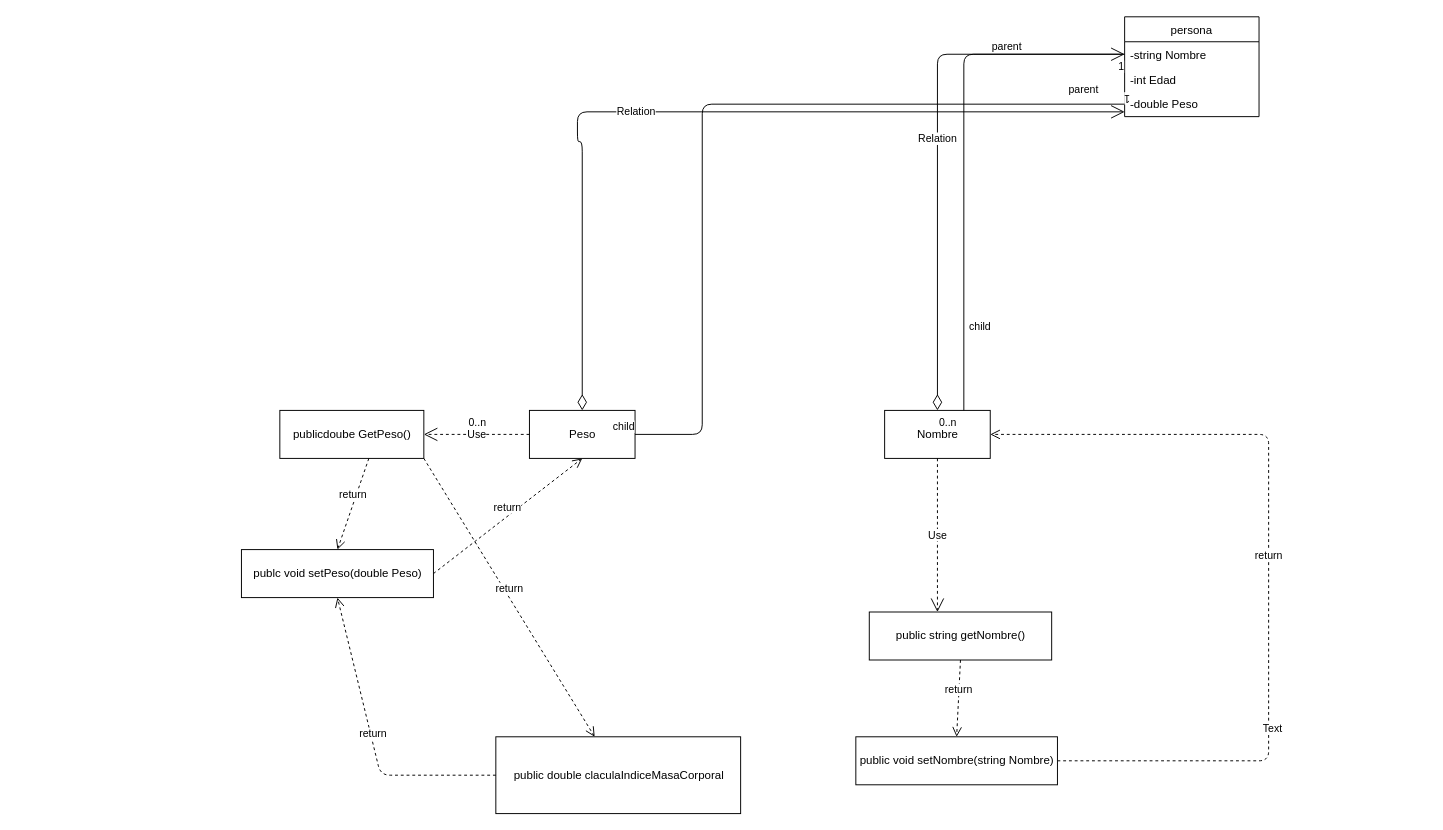
Above: Untitled Diagram.drawio in Thefallenashes/repositorio-del-examen-de-entornos-del-desarollo (draw.io), before the change. Source tidied: cells renumbered, new cells numbered last; positions are measured from the earlier drawing's top-left corner, leaving out a move shared by most shapes. Both pictures are drawn from the tidied source at 96%, with x=0, y=0 at pixel (241, 16).
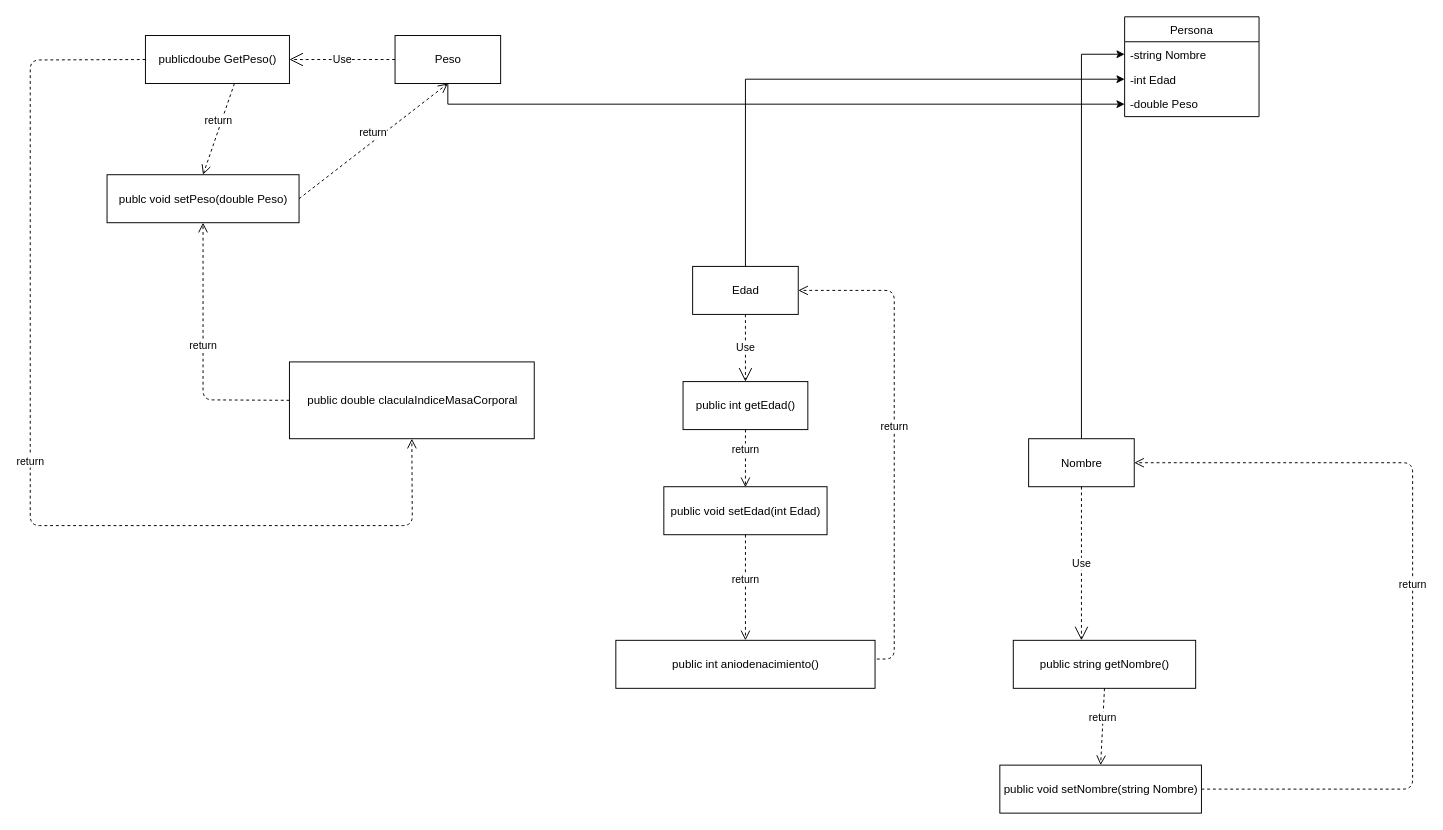
The same diagram, later.

The change refers to these unchanged cells:
```xml
<mxCell id="8" value="-string Nombre" style="text;strokeColor=none;fillColor=none;align=left;verticalAlign=top;spacingLeft=4;spacingRight=4;overflow=hidden;points=[[0,0.5],[1,0.5]];portConstraint=eastwest;" parent="7" vertex="1">
  <mxGeometry y="26" width="140" height="26" as="geometry" />
</mxCell>
<mxCell id="9" value="-int Edad" style="text;strokeColor=none;fillColor=none;align=left;verticalAlign=top;spacingLeft=4;spacingRight=4;overflow=hidden;points=[[0,0.5],[1,0.5]];portConstraint=eastwest;" parent="7" vertex="1">
  <mxGeometry y="52" width="140" height="26" as="geometry" />
</mxCell>
<mxCell id="10" value="-double Peso" style="text;strokeColor=none;fillColor=none;align=left;verticalAlign=top;spacingLeft=4;spacingRight=4;overflow=hidden;points=[[0,0.5],[1,0.5]];portConstraint=eastwest;" parent="7" vertex="1">
  <mxGeometry y="78" width="140" height="26" as="geometry" />
</mxCell>
```

Change to the diagram source:
```diff
@@
+    <mxCell id="11" style="edgeStyle=orthogonalEdgeStyle;rounded=0;jettySize=auto;html=1;entryX=0;entryY=0.5;entryDx=0;entryDy=0;" parent="1" edge="1" source="2" target="10">
+      <mxGeometry relative="1" as="geometry" />
+    </mxCell>
     <mxCell id="2" value="Peso" style="html=1;" parent="1" vertex="1">
-      <mxGeometry x="300" y="410" width="110" height="50" as="geometry" />
+      <mxGeometry x="160" y="19.5" width="110" height="50" as="geometry" />
     </mxCell>
+    <mxCell id="27" style="edgeStyle=orthogonalEdgeStyle;rounded=0;jettySize=auto;html=1;entryX=0;entryY=0.5;entryDx=0;entryDy=0;" parent="1" edge="1" source="3" target="8">
+      <mxGeometry relative="1" as="geometry" />
+    </mxCell>
     <mxCell id="3" value="Nombre" style="html=1;" parent="1" vertex="1">
-      <mxGeometry x="670" y="410" width="110" height="50" as="geometry" />
+      <mxGeometry x="820" y="439.5" width="110" height="50" as="geometry" />
     </mxCell>
     <mxCell id="4" value="return" style="html=1;verticalAlign=bottom;endArrow=open;dashed=1;endSize=8;exitX=1;exitY=0.5;exitDx=0;exitDy=0;entryX=1;entryY=0.5;entryDx=0;entryDy=0;" parent="1" edge="1" source="23" target="3">
       <mxGeometry relative="1" as="geometry">
         <Array as="points">
-          <mxPoint x="1070" y="775" />
-          <mxPoint x="1070" y="435" />
+          <mxPoint x="1220" y="804.5" />
+          <mxPoint x="1220" y="464.5" />
         </Array>
       </mxGeometry>
     </mxCell>
-    <mxCell id="5" value="Text" style="edgeLabel;html=1;align=center;verticalAlign=middle;" parent="4" vertex="1">
-      <mxGeometry x="-0.4" y="-2" relative="1" as="geometry">
-        <mxPoint x="1" as="offset" />
-      </mxGeometry>
-    </mxCell>
     <mxCell id="6" value="&lt;br&gt;" style="edgeLabel;html=1;align=center;verticalAlign=middle;" parent="4" vertex="1">
       <mxGeometry x="-0.61" y="4" relative="1" as="geometry">
-        <mxPoint y="1" as="offset" />
+        <mxPoint x="-5" y="1" as="offset" />
       </mxGeometry>
     </mxCell>
-    <mxCell id="7" value="persona" style="swimlane;fontStyle=0;horizontal=1;startSize=26;fillColor=none;" parent="1" vertex="1">
+    <mxCell id="7" value="Persona" style="swimlane;fontStyle=0;horizontal=1;startSize=26;fillColor=none;" parent="1" vertex="1">
       <mxGeometry x="920" width="140" height="104" as="geometry" />
     </mxCell>
@@
-    <mxCell id="11" value="Relation" style="endArrow=open;html=1;endSize=12;startArrow=diamondThin;startSize=14;startFill=0;edgeStyle=orthogonalEdgeStyle;entryX=0;entryY=0.808;entryDx=0;entryDy=0;entryPerimeter=0;exitX=0.5;exitY=0;exitDx=0;exitDy=0;" parent="1" edge="1" source="2" target="10">
-      <mxGeometry x="-0.15" relative="1" as="geometry">
-        <Array as="points">
-          <mxPoint x="355" y="130" />
-          <mxPoint x="350" y="130" />
-          <mxPoint x="350" y="99" />
-        </Array>
-      </mxGeometry>
-    </mxCell>
-    <mxCell id="12" value="0..n" style="edgeLabel;html=1;align=left;verticalAlign=top;" parent="11" vertex="1">
-      <mxGeometry x="-1" relative="1" as="geometry">
-        <mxPoint x="-120" as="offset" />
-      </mxGeometry>
-    </mxCell>
-    <mxCell id="13" value="1" style="edgeLabel;html=1;align=right;verticalAlign=top;rotation=180;" parent="11" vertex="1">
-      <mxGeometry x="1" relative="1" as="geometry" />
-    </mxCell>
-    <mxCell id="14" style="endArrow=none;html=1;edgeStyle=orthogonalEdgeStyle;entryX=1;entryY=0.5;entryDx=0;entryDy=0;" parent="1" edge="1" source="10" target="2">
-      <mxGeometry relative="1" as="geometry">
-        <Array as="points">
-          <mxPoint x="480" y="91" />
-          <mxPoint x="480" y="435" />
-        </Array>
-      </mxGeometry>
-    </mxCell>
-    <mxCell id="15" value="parent" style="edgeLabel;html=1;align=left;verticalAlign=bottom;" parent="14" vertex="1">
-      <mxGeometry x="-1" relative="1" as="geometry">
-        <mxPoint x="-60" y="-7" as="offset" />
-      </mxGeometry>
-    </mxCell>
-    <mxCell id="16" value="child" style="edgeLabel;html=1;align=right;verticalAlign=bottom;" parent="14" vertex="1">
-      <mxGeometry x="1" relative="1" as="geometry" />
-    </mxCell>
     <mxCell id="17" value="publicdoube GetPeso()" style="html=1;" parent="1" vertex="1">
-      <mxGeometry x="40" y="410" width="150" height="50" as="geometry" />
+      <mxGeometry x="-100" y="19.5" width="150" height="50" as="geometry" />
     </mxCell>
@@
     <mxCell id="20" value="public double claculaIndiceMasaCorporal" style="html=1;" parent="1" vertex="1">
-      <mxGeometry x="265" y="750" width="255" height="80" as="geometry" />
+      <mxGeometry x="50" y="359.5" width="255" height="80" as="geometry" />
     </mxCell>
@@
     <mxCell id="22" value="public string getNombre()" style="html=1;" parent="1" vertex="1">
-      <mxGeometry x="654" y="620" width="190" height="50" as="geometry" />
+      <mxGeometry x="804" y="649.5" width="190" height="50" as="geometry" />
     </mxCell>
     <mxCell id="23" value="public void setNombre(string Nombre)" style="html=1;" parent="1" vertex="1">
-      <mxGeometry x="640" y="750" width="210" height="50" as="geometry" />
+      <mxGeometry x="790" y="779.5" width="210" height="50" as="geometry" />
     </mxCell>
     <mxCell id="24" value="publc void setPeso(double Peso)" style="html=1;" parent="1" vertex="1">
-      <mxGeometry y="555" width="200" height="50" as="geometry" />
+      <mxGeometry x="-140" y="164.5" width="200" height="50" as="geometry" />
     </mxCell>
     <mxCell id="25" value="return" style="html=1;verticalAlign=bottom;endArrow=open;dashed=1;endSize=8;entryX=0.5;entryY=1;entryDx=0;entryDy=0;exitX=0;exitY=0.5;exitDx=0;exitDy=0;" parent="1" edge="1" source="20" target="24">
       <mxGeometry relative="1" as="geometry">
         <Array as="points">
-          <mxPoint x="145" y="790" />
+          <mxPoint x="-40" y="399" />
         </Array>
       </mxGeometry>
     </mxCell>
-    <mxCell id="26" value="return" style="html=1;verticalAlign=bottom;endArrow=open;dashed=1;endSize=8;exitX=1;exitY=1;exitDx=0;exitDy=0;" parent="1" edge="1" source="17" target="20">
-      <mxGeometry relative="1" as="geometry" />
+    <mxCell id="26" value="return" style="html=1;verticalAlign=bottom;endArrow=open;dashed=1;endSize=8;exitX=0;exitY=0.5;exitDx=0;exitDy=0;entryX=0.5;entryY=1;entryDx=0;entryDy=0;" parent="1" edge="1" source="17" target="20">
+      <mxGeometry relative="1" as="geometry">
+        <Array as="points">
+          <mxPoint x="-220" y="45" />
+          <mxPoint x="-220" y="530" />
+          <mxPoint x="178" y="530" />
+        </Array>
+      </mxGeometry>
     </mxCell>
-    <mxCell id="27" value="Relation" style="endArrow=open;html=1;endSize=12;startArrow=diamondThin;startSize=14;startFill=0;edgeStyle=orthogonalEdgeStyle;exitX=0.5;exitY=0;exitDx=0;exitDy=0;" parent="1" edge="1" source="3" target="8">
-      <mxGeometry relative="1" as="geometry" />
-    </mxCell>
-    <mxCell id="28" value="0..n" style="edgeLabel;html=1;align=left;verticalAlign=top;" parent="27" vertex="1">
-      <mxGeometry x="-1" relative="1" as="geometry" />
-    </mxCell>
-    <mxCell id="29" value="1" style="edgeLabel;html=1;align=right;verticalAlign=top;" parent="27" vertex="1">
-      <mxGeometry x="1" relative="1" as="geometry" />
-    </mxCell>
-    <mxCell id="30" style="endArrow=none;html=1;edgeStyle=orthogonalEdgeStyle;exitX=0;exitY=0.5;exitDx=0;exitDy=0;entryX=0.75;entryY=0;entryDx=0;entryDy=0;" parent="1" edge="1" source="8" target="3">
-      <mxGeometry relative="1" as="geometry" />
-    </mxCell>
-    <mxCell id="31" value="parent" style="edgeLabel;html=1;align=left;verticalAlign=bottom;" parent="30" vertex="1">
-      <mxGeometry x="-1" relative="1" as="geometry">
-        <mxPoint x="-140" as="offset" />
-      </mxGeometry>
-    </mxCell>
-    <mxCell id="32" value="child" style="edgeLabel;html=1;align=right;verticalAlign=bottom;" parent="30" vertex="1">
-      <mxGeometry x="1" relative="1" as="geometry">
-        <mxPoint x="28" y="-80" as="offset" />
-      </mxGeometry>
-    </mxCell>
     <mxCell id="33" value="Use" style="endArrow=open;endSize=12;dashed=1;html=1;exitX=0.5;exitY=1;exitDx=0;exitDy=0;" parent="1" edge="1" source="3">
       <mxGeometry relative="1" as="geometry">
-        <mxPoint x="725" y="620" as="targetPoint" />
+        <mxPoint x="875" y="649.5" as="targetPoint" />
       </mxGeometry>
     </mxCell>
@@
+    <mxCell id="35" value="public int getEdad()" style="html=1;" parent="1" vertex="1">
+      <mxGeometry x="460" y="380" width="130" height="50" as="geometry" />
+    </mxCell>
+    <mxCell id="36" value="public void setEdad(int Edad)" style="html=1;" parent="1" vertex="1">
+      <mxGeometry x="440" y="489.5" width="170" height="50" as="geometry" />
+    </mxCell>
+    <mxCell id="37" value="public int aniodenacimiento()" style="html=1;" parent="1" vertex="1">
+      <mxGeometry x="390" y="649.5" width="270" height="50" as="geometry" />
+    </mxCell>
+    <mxCell id="38" value="return" style="html=1;verticalAlign=bottom;endArrow=open;dashed=1;endSize=8;exitX=0.5;exitY=1;exitDx=0;exitDy=0;" parent="1" edge="1" source="35">
+      <mxGeometry relative="1" as="geometry">
+        <mxPoint x="525" y="490" as="targetPoint" />
+      </mxGeometry>
+    </mxCell>
+    <mxCell id="39" value="return" style="html=1;verticalAlign=bottom;endArrow=open;dashed=1;endSize=8;exitX=0.5;exitY=1;exitDx=0;exitDy=0;entryX=0.5;entryY=0;entryDx=0;entryDy=0;" parent="1" edge="1" source="36" target="37">
+      <mxGeometry relative="1" as="geometry" />
+    </mxCell>
+    <mxCell id="40" value="return" style="html=1;verticalAlign=bottom;endArrow=open;dashed=1;endSize=8;entryX=1;entryY=0.5;entryDx=0;entryDy=0;exitX=1.007;exitY=0.39;exitDx=0;exitDy=0;exitPerimeter=0;" parent="1" edge="1" source="37" target="42">
+      <mxGeometry relative="1" as="geometry">
+        <Array as="points">
+          <mxPoint x="680" y="669" />
+          <mxPoint x="680" y="285" />
+        </Array>
+      </mxGeometry>
+    </mxCell>
+    <mxCell id="41" style="edgeStyle=orthogonalEdgeStyle;rounded=0;jettySize=auto;html=1;" parent="1" edge="1" source="42" target="9">
+      <mxGeometry relative="1" as="geometry" />
+    </mxCell>
+    <mxCell id="42" value="Edad" style="html=1;" parent="1" vertex="1">
+      <mxGeometry x="470" y="260" width="110" height="50" as="geometry" />
+    </mxCell>
+    <mxCell id="43" value="Use" style="endArrow=open;endSize=12;dashed=1;html=1;exitX=0.5;exitY=1;exitDx=0;exitDy=0;entryX=0.5;entryY=0;entryDx=0;entryDy=0;" parent="1" edge="1" source="42" target="35">
+      <mxGeometry relative="1" as="geometry" />
+    </mxCell>
```
